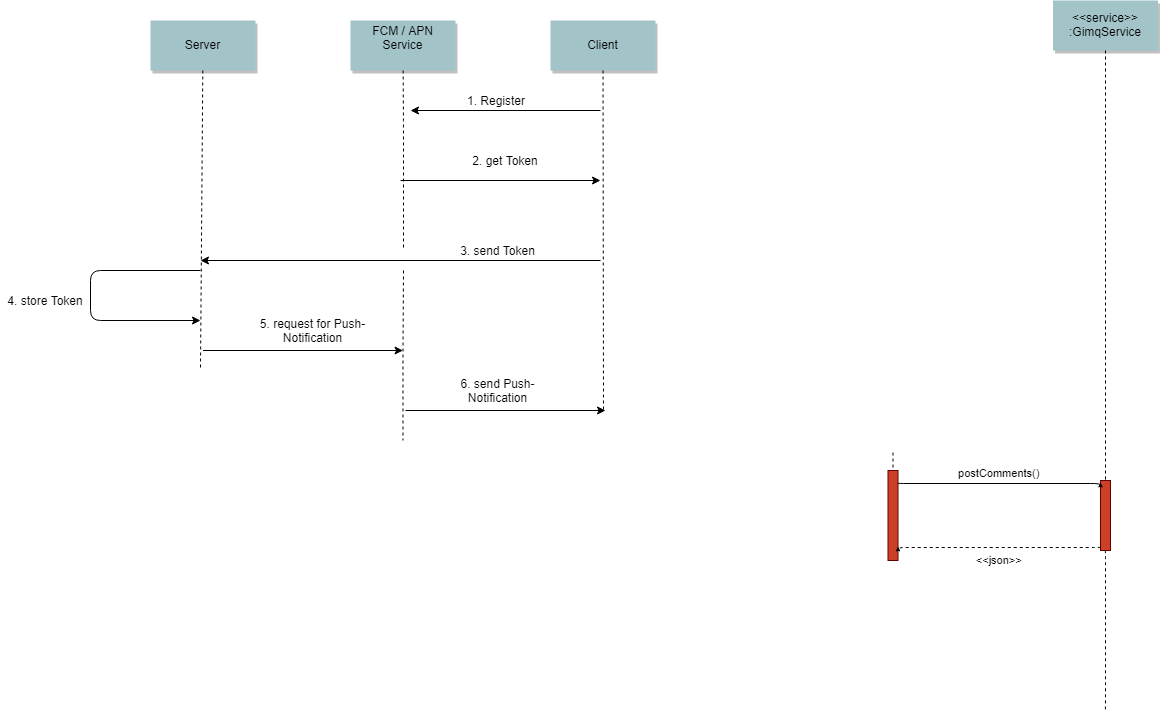
Above: docs/reactnative/img/Push-benachrichtung-ablauf.png in reinkepatrick/Full-Stack (draw.io), before the change. Source tidied: cells renumbered, new cells last; positions are measured from the earlier drawing's top-left corner, leaving out a move shared by most shapes.
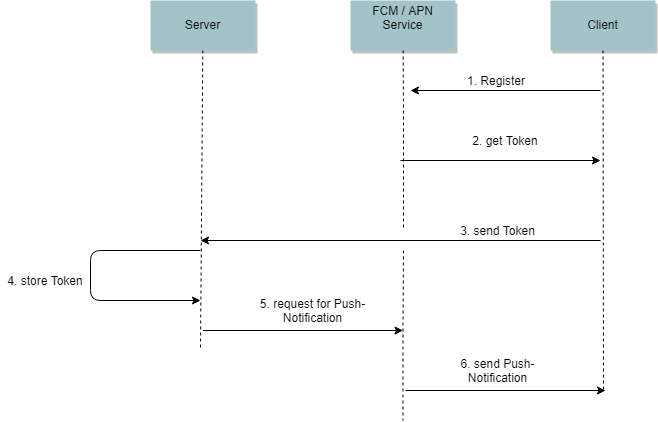
The same diagram one commit later.

What changed in the source:
```diff
@@ -2,12 +2,6 @@
   <root>
     <mxCell id="0" />
     <mxCell id="1" parent="0" />
-    <mxCell id="2" style="edgeStyle=elbowEdgeStyle;elbow=horizontal;endArrow=none;dashed=1;" parent="1" edge="1">
-      <mxGeometry x="1460" y="437.9" as="geometry">
-        <mxPoint x="1104.5" y="550" as="sourcePoint" />
-        <mxPoint x="1104.5" y="710" as="targetPoint" />
-      </mxGeometry>
-    </mxCell>
     <mxCell id="3" value="Server" style="shadow=1;fillColor=#A2C4C9;strokeColor=none;" parent="1" vertex="1">
       <mxGeometry x="150" y="20" width="105" height="50" as="geometry" />
     </mxCell>
@@ -35,35 +29,6 @@
         <mxPoint x="603" y="410" as="targetPoint" />
       </mxGeometry>
     </mxCell>
-    <mxCell id="9" style="edgeStyle=none;endArrow=none;dashed=1;" parent="1" edge="1" target="10">
-      <mxGeometry x="1204.1" y="380.1" as="geometry">
-        <mxPoint x="892.5" y="452.1" as="sourcePoint" />
-      </mxGeometry>
-    </mxCell>
-    <mxCell id="10" style="fillColor=#CC4125;strokeColor=#660000;" parent="1" vertex="1">
-      <mxGeometry x="887.5" y="470" width="10" height="90" as="geometry" />
-    </mxCell>
-    <mxCell id="11" style="fillColor=#CC4125;strokeColor=#660000;" parent="1" vertex="1">
-      <mxGeometry x="1100" y="480" width="10" height="70" as="geometry" />
-    </mxCell>
-    <mxCell id="12" value="postComments()" style="edgeStyle=elbowEdgeStyle;elbow=vertical;verticalLabelPosition=top;verticalAlign=bottom;" parent="1" edge="1">
-      <mxGeometry x="1225" y="309.5" as="geometry">
-        <mxPoint x="897.5" y="482.5" as="sourcePoint" />
-        <mxPoint x="1100" y="482.5" as="targetPoint" />
-      </mxGeometry>
-    </mxCell>
-    <mxCell id="13" value="&lt;&lt;json&gt;&gt;" style="edgeStyle=elbowEdgeStyle;elbow=vertical;dashed=1;verticalLabelPosition=bottom;verticalAlign=top;" parent="1" edge="1">
-      <mxGeometry x="1075" y="396" as="geometry">
-        <mxPoint x="1100" y="546.5" as="sourcePoint" />
-        <mxPoint x="897.5" y="546.5" as="targetPoint" />
-      </mxGeometry>
-    </mxCell>
-    <mxCell id="14" value="&lt;&lt;service&gt;&gt;&#10;:GimqService" style="shadow=1;fillColor=#A2C4C9;strokeColor=none;" parent="1" vertex="1">
-      <mxGeometry x="1052.5" width="105" height="50" as="geometry" />
-    </mxCell>
-    <mxCell id="15" style="edgeStyle=none;endArrow=none;dashed=1;" parent="1" edge="1" source="14" target="11">
-      <mxGeometry x="1174.1" y="210" as="geometry" />
-    </mxCell>
     <mxCell id="16" style="endArrow=classic;html=1;" parent="1" edge="1">
       <mxGeometry relative="1" as="geometry">
         <mxPoint x="600" y="110" as="sourcePoint" />
```
